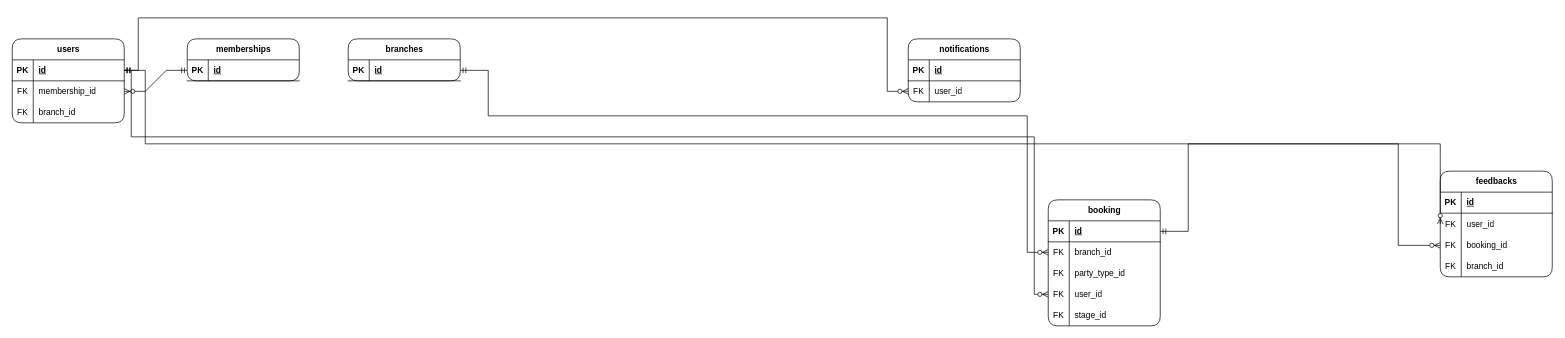
The draw.io diagram page "ERD-L1.1 - USER" (6 of 7) of Joie Palace.drawio in HongSon04/ERD-Joie-Palace, before the edit. Source tidied: cells renumbered, new cells numbered last; positions are measured from the earlier drawing's top-left corner, leaving out a move shared by most shapes. Both pictures are drawn from the tidied source at 70%, with x=0, y=0 at pixel (12, 18).
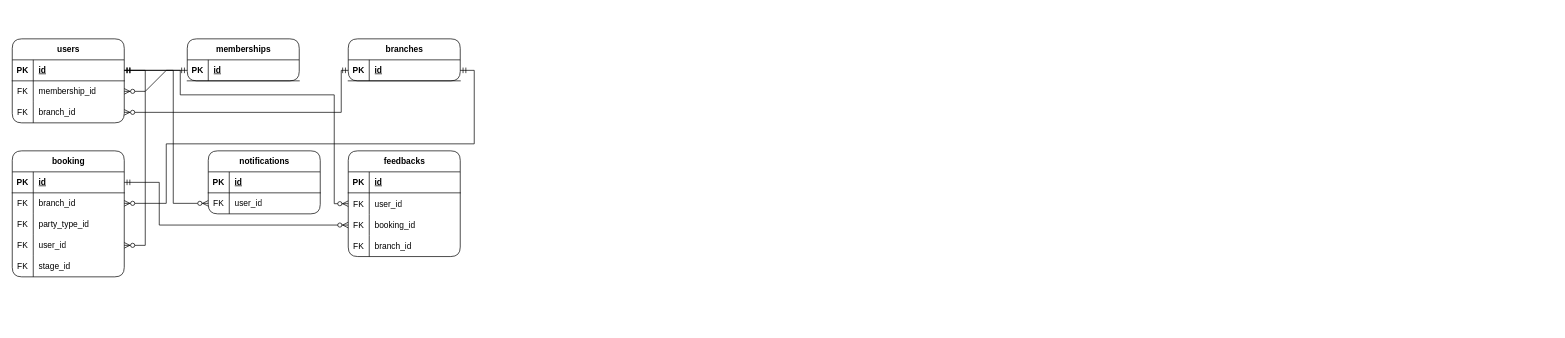
The same diagram, later.

Commit message (it also covers changes not shown here):
Cập nhật Joie Palace.drawio

The change refers to these unchanged cells:
```xml
<mxCell id="3" style="shape=tableRow;horizontal=0;startSize=0;swimlaneHead=0;swimlaneBody=0;fillColor=none;points=[[0,0.5],[1,0.5]];portConstraint=eastwest;top=0;left=0;right=0;bottom=1;" parent="2" vertex="1">
  <mxGeometry y="30" width="160" height="30" as="geometry" />
</mxCell>
<mxCell id="9" style="shape=tableRow;horizontal=0;startSize=0;swimlaneHead=0;swimlaneBody=0;fillColor=none;points=[[0,0.5],[1,0.5]];portConstraint=eastwest;top=0;left=0;right=0;bottom=0;" parent="2" vertex="1">
  <mxGeometry y="90" width="160" height="30" as="geometry" />
</mxCell>
<mxCell id="13" style="shape=tableRow;horizontal=0;startSize=0;swimlaneHead=0;swimlaneBody=0;fillColor=none;points=[[0,0.5],[1,0.5]];portConstraint=eastwest;top=0;left=0;right=0;bottom=1;" parent="12" vertex="1">
  <mxGeometry y="30" width="160" height="30" as="geometry" />
</mxCell>
<mxCell id="24" style="shape=tableRow;horizontal=0;startSize=0;swimlaneHead=0;swimlaneBody=0;fillColor=none;points=[[0,0.5],[1,0.5]];portConstraint=eastwest;top=0;left=0;right=0;bottom=0;" parent="20" vertex="1">
  <mxGeometry y="60" width="160" height="31" as="geometry" />
</mxCell>
<mxCell id="27" style="shape=tableRow;horizontal=0;startSize=0;swimlaneHead=0;swimlaneBody=0;fillColor=none;points=[[0,0.5],[1,0.5]];portConstraint=eastwest;top=0;left=0;right=0;bottom=0;" parent="20" vertex="1">
  <mxGeometry y="91" width="160" height="30" as="geometry" />
</mxCell>
<mxCell id="39" style="shape=tableRow;horizontal=0;startSize=0;swimlaneHead=0;swimlaneBody=0;fillColor=none;points=[[0,0.5],[1,0.5]];portConstraint=eastwest;top=0;left=0;right=0;bottom=1;" parent="38" vertex="1">
  <mxGeometry y="30" width="160" height="30" as="geometry" />
</mxCell>
<mxCell id="42" style="shape=tableRow;horizontal=0;startSize=0;swimlaneHead=0;swimlaneBody=0;fillColor=none;points=[[0,0.5],[1,0.5]];portConstraint=eastwest;top=0;left=0;right=0;bottom=0;" parent="38" vertex="1">
  <mxGeometry y="60" width="160" height="30" as="geometry" />
</mxCell>
<mxCell id="48" style="shape=tableRow;horizontal=0;startSize=0;swimlaneHead=0;swimlaneBody=0;fillColor=none;points=[[0,0.5],[1,0.5]];portConstraint=eastwest;top=0;left=0;right=0;bottom=0;" parent="38" vertex="1">
  <mxGeometry y="120" width="160" height="30" as="geometry" />
</mxCell>
<mxCell id="58" style="shape=tableRow;horizontal=0;startSize=0;swimlaneHead=0;swimlaneBody=0;fillColor=none;points=[[0,0.5],[1,0.5]];portConstraint=eastwest;top=0;left=0;right=0;bottom=0;" parent="54" vertex="1">
  <mxGeometry y="60" width="160" height="30" as="geometry" />
</mxCell>
```

The edit, as a diff of the source:
```diff
@@
     <mxCell id="20" value="feedbacks" style="shape=table;startSize=30;childLayout=tableLayout;rowLines=0;fontStyle=1;align=center;html=1;rounded=1;" parent="1" vertex="1">
-      <mxGeometry x="2040" y="219" width="160" height="151" as="geometry" />
+      <mxGeometry x="480" y="190" width="160" height="151" as="geometry" />
     </mxCell>
@@
-    <mxCell id="34" style="edgeStyle=orthogonalEdgeStyle;fontSize=12;html=1;endArrow=ERzeroToMany;startArrow=ERmandOne;rounded=0;exitX=1;exitY=0.5;exitDx=0;exitDy=0;entryX=0;entryY=0.5;entryDx=0;entryDy=0;" parent="1" edge="1" source="13" target="42">
+    <mxCell id="34" style="edgeStyle=orthogonalEdgeStyle;fontSize=12;html=1;endArrow=ERzeroToMany;startArrow=ERmandOne;rounded=0;exitX=1;exitY=0.5;exitDx=0;exitDy=0;entryX=1;entryY=0.5;entryDx=0;entryDy=0;" parent="1" edge="1" source="13" target="42">
       <mxGeometry relative="1" as="geometry">
         <Array as="points">
-          <mxPoint x="680" y="75" />
-          <mxPoint x="680" y="140" />
-          <mxPoint x="1450" y="140" />
-          <mxPoint x="1450" y="335" />
+          <mxPoint x="660" y="75" />
+          <mxPoint x="660" y="180" />
+          <mxPoint x="220" y="180" />
+          <mxPoint x="220" y="265" />
         </Array>
       </mxGeometry>
     </mxCell>
-    <mxCell id="35" style="edgeStyle=orthogonalEdgeStyle;fontSize=12;html=1;endArrow=ERzeroToMany;startArrow=ERmandOne;rounded=0;exitX=1;exitY=0.5;exitDx=0;exitDy=0;entryX=0;entryY=0.5;entryDx=0;entryDy=0;" parent="1" edge="1" source="3" target="48">
+    <mxCell id="35" style="edgeStyle=orthogonalEdgeStyle;fontSize=12;html=1;endArrow=ERzeroToMany;startArrow=ERmandOne;rounded=0;exitX=1;exitY=0.5;exitDx=0;exitDy=0;entryX=1;entryY=0.5;entryDx=0;entryDy=0;" parent="1" edge="1" source="3" target="48">
       <mxGeometry relative="1" as="geometry">
         <Array as="points">
-          <mxPoint x="170" y="75" />
-          <mxPoint x="170" y="170" />
-          <mxPoint x="1460" y="170" />
-          <mxPoint x="1460" y="395" />
+          <mxPoint x="190" y="75" />
+          <mxPoint x="190" y="325" />
         </Array>
       </mxGeometry>
     </mxCell>
     <mxCell id="36" style="edgeStyle=orthogonalEdgeStyle;fontSize=12;html=1;endArrow=ERzeroToMany;startArrow=ERmandOne;rounded=0;exitX=1;exitY=0.5;exitDx=0;exitDy=0;entryX=0;entryY=0.5;entryDx=0;entryDy=0;" parent="1" edge="1" source="3" target="24">
       <mxGeometry relative="1" as="geometry">
         <Array as="points">
-          <mxPoint x="190" y="75" />
-          <mxPoint x="190" y="180" />
-          <mxPoint x="2040" y="180" />
+          <mxPoint x="240" y="75" />
+          <mxPoint x="240" y="110" />
+          <mxPoint x="460" y="110" />
+          <mxPoint x="460" y="266" />
         </Array>
       </mxGeometry>
     </mxCell>
     <mxCell id="37" style="edgeStyle=orthogonalEdgeStyle;fontSize=12;html=1;endArrow=ERzeroToMany;startArrow=ERmandOne;rounded=0;exitX=1;exitY=0.5;exitDx=0;exitDy=0;entryX=0;entryY=0.5;entryDx=0;entryDy=0;" parent="1" edge="1" source="39" target="27">
       <mxGeometry relative="1" as="geometry">
         <Array as="points">
-          <mxPoint x="1680" y="305" />
-          <mxPoint x="1680" y="180" />
-          <mxPoint x="1980" y="180" />
-          <mxPoint x="1980" y="325" />
+          <mxPoint x="210" y="235" />
+          <mxPoint x="210" y="296" />
         </Array>
       </mxGeometry>
     </mxCell>
     <mxCell id="38" value="booking" style="shape=table;startSize=30;childLayout=tableLayout;rowLines=0;fontStyle=1;align=center;html=1;rounded=1;" parent="1" vertex="1">
-      <mxGeometry x="1480" y="260" width="160" height="180" as="geometry" />
+      <mxGeometry y="190" width="160" height="180" as="geometry" />
     </mxCell>
@@
     <mxCell id="54" value="notifications" style="shape=table;startSize=30;childLayout=tableLayout;rowLines=0;fontStyle=1;align=center;html=1;rounded=1;" parent="1" vertex="1">
-      <mxGeometry x="1280" y="30" width="160" height="90" as="geometry" />
+      <mxGeometry x="280" y="190" width="160" height="90" as="geometry" />
     </mxCell>
@@
     <mxCell id="61" style="edgeStyle=orthogonalEdgeStyle;fontSize=12;html=1;endArrow=ERzeroToMany;startArrow=ERmandOne;rounded=0;exitX=1;exitY=0.5;exitDx=0;exitDy=0;entryX=0;entryY=0.5;entryDx=0;entryDy=0;" parent="1" edge="1" source="3" target="58">
       <mxGeometry relative="1" as="geometry">
         <Array as="points">
-          <mxPoint x="180" y="75" />
-          <mxPoint x="180" />
-          <mxPoint x="1250" />
-          <mxPoint x="1250" y="105" />
+          <mxPoint x="230" y="75" />
+          <mxPoint x="230" y="265" />
         </Array>
       </mxGeometry>
     </mxCell>
+    <mxCell id="62" style="edgeStyle=orthogonalEdgeStyle;fontSize=12;html=1;endArrow=ERzeroToMany;startArrow=ERmandOne;rounded=0;exitX=0;exitY=0.5;exitDx=0;exitDy=0;entryX=1;entryY=0.5;entryDx=0;entryDy=0;" parent="1" edge="1" source="13" target="9">
+      <mxGeometry relative="1" as="geometry">
+        <Array as="points">
+          <mxPoint x="470" y="75" />
+          <mxPoint x="470" y="135" />
+        </Array>
+      </mxGeometry>
+    </mxCell>
```
